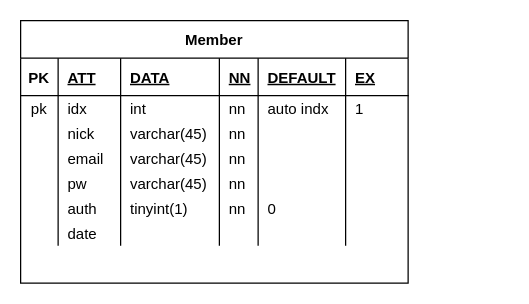
Before: GGitERD.drawio in KoreaItProject/GGitHub, a draw.io diagram. Source tidied: cells renumbered, new cells numbered last; positions are measured from the earlier drawing's top-left corner, leaving out a move shared by most shapes. Both pictures are drawn from the tidied source at 125%, with x=0, y=0 at pixel (20, 20).
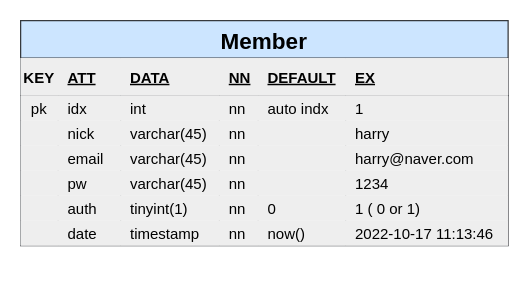
The same page after the edit.

What changed in the source:
```diff
@@
-    <mxCell id="2" value="Member" style="shape=table;startSize=30;childLayout=tableLayout;rowLines=0;fontStyle=1;align=center;" parent="1" vertex="1">
-      <mxGeometry width="310" height="210" as="geometry" />
+    <mxCell id="2" value="Member" style="shape=table;startSize=30;childLayout=tableLayout;rowLines=0;fontStyle=1;align=center;fillColor=#cce5ff;strokeColor=#36393d;fontSize=18;" parent="1" vertex="1">
+      <mxGeometry width="390" height="180" as="geometry" />
     </mxCell>
-    <mxCell id="3" style="shape=partialRectangle;fillColor=none;top=0;left=0;right=0;bottom=1;" parent="2" vertex="1">
-      <mxGeometry y="30" width="310" height="30" as="geometry" />
+    <mxCell id="3" style="shape=partialRectangle;fillColor=#eeeeee;top=0;left=0;right=0;bottom=1;strokeColor=#36393d;" parent="2" vertex="1">
+      <mxGeometry y="30" width="390" height="30" as="geometry" />
     </mxCell>
-    <mxCell id="4" value="PK" style="shape=partialRectangle;overflow=hidden;fillColor=none;top=0;left=0;bottom=0;right=0;fontStyle=1;" parent="3" vertex="1">
+    <mxCell id="4" value="KEY" style="shape=partialRectangle;overflow=hidden;fillColor=#eeeeee;top=0;left=0;bottom=0;right=0;fontStyle=1;strokeColor=#36393d;" parent="3" vertex="1">
       <mxGeometry width="30" height="30" as="geometry" />
     </mxCell>
-    <mxCell id="5" value="ATT" style="shape=partialRectangle;overflow=hidden;fillColor=none;top=0;left=0;bottom=0;right=0;align=left;spacingLeft=6;fontStyle=5;" parent="3" vertex="1">
+    <mxCell id="5" value="ATT" style="shape=partialRectangle;overflow=hidden;fillColor=#eeeeee;top=0;left=0;bottom=0;right=0;align=left;spacingLeft=6;fontStyle=5;strokeColor=#36393d;" parent="3" vertex="1">
       <mxGeometry x="30" width="50" height="30" as="geometry" />
     </mxCell>
-    <mxCell id="6" value="DATA" style="shape=partialRectangle;overflow=hidden;fillColor=none;top=0;left=0;bottom=0;right=0;align=left;spacingLeft=6;fontStyle=5;" parent="3" vertex="1">
+    <mxCell id="6" value="DATA" style="shape=partialRectangle;overflow=hidden;fillColor=#eeeeee;top=0;left=0;bottom=0;right=0;align=left;spacingLeft=6;fontStyle=5;strokeColor=#36393d;" parent="3" vertex="1">
       <mxGeometry x="80" width="79" height="30" as="geometry" />
     </mxCell>
-    <mxCell id="7" value="NN" style="shape=partialRectangle;overflow=hidden;fillColor=none;top=0;left=0;bottom=0;right=0;align=left;spacingLeft=6;fontStyle=5;" parent="3" vertex="1">
+    <mxCell id="7" value="NN" style="shape=partialRectangle;overflow=hidden;fillColor=#eeeeee;top=0;left=0;bottom=0;right=0;align=left;spacingLeft=6;fontStyle=5;strokeColor=#36393d;" parent="3" vertex="1">
       <mxGeometry x="159" width="31" height="30" as="geometry" />
     </mxCell>
-    <mxCell id="8" value="DEFAULT" style="shape=partialRectangle;overflow=hidden;fillColor=none;top=0;left=0;bottom=0;right=0;align=left;spacingLeft=6;fontStyle=5;" parent="3" vertex="1">
+    <mxCell id="8" value="DEFAULT" style="shape=partialRectangle;overflow=hidden;fillColor=#eeeeee;top=0;left=0;bottom=0;right=0;align=left;spacingLeft=6;fontStyle=5;strokeColor=#36393d;" parent="3" vertex="1">
       <mxGeometry x="190" width="70" height="30" as="geometry" />
     </mxCell>
-    <mxCell id="9" value="EX" style="shape=partialRectangle;overflow=hidden;fillColor=none;top=0;left=0;bottom=0;right=0;align=left;spacingLeft=6;fontStyle=5;" parent="3" vertex="1">
-      <mxGeometry x="260" width="50" height="30" as="geometry" />
+    <mxCell id="9" value="EX" style="shape=partialRectangle;overflow=hidden;fillColor=#eeeeee;top=0;left=0;bottom=0;right=0;align=left;spacingLeft=6;fontStyle=5;strokeColor=#36393d;" parent="3" vertex="1">
+      <mxGeometry x="260" width="130" height="30" as="geometry" />
     </mxCell>
-    <mxCell id="10" style="shape=partialRectangle;fillColor=none;top=0;left=0;right=0;bottom=0;" parent="2" vertex="1">
-      <mxGeometry y="60" width="310" height="20" as="geometry" />
+    <mxCell id="10" style="shape=partialRectangle;fillColor=#eeeeee;top=0;left=0;right=0;bottom=0;strokeColor=#36393d;" parent="2" vertex="1">
+      <mxGeometry y="60" width="390" height="20" as="geometry" />
     </mxCell>
-    <mxCell id="11" value="pk" style="shape=partialRectangle;overflow=hidden;fillColor=none;top=0;left=0;bottom=0;right=0;" parent="10" vertex="1">
+    <mxCell id="11" value="pk" style="shape=partialRectangle;overflow=hidden;fillColor=#eeeeee;top=0;left=0;bottom=0;right=0;strokeColor=#36393d;" parent="10" vertex="1">
       <mxGeometry width="30" height="20" as="geometry" />
     </mxCell>
-    <mxCell id="12" value="idx" style="shape=partialRectangle;overflow=hidden;fillColor=none;top=0;left=0;bottom=0;right=0;align=left;spacingLeft=6;" parent="10" vertex="1">
+    <mxCell id="12" value="idx" style="shape=partialRectangle;overflow=hidden;fillColor=#eeeeee;top=0;left=0;bottom=0;right=0;align=left;spacingLeft=6;strokeColor=#36393d;" parent="10" vertex="1">
       <mxGeometry x="30" width="50" height="20" as="geometry" />
     </mxCell>
-    <mxCell id="13" value="int" style="shape=partialRectangle;overflow=hidden;fillColor=none;top=0;left=0;bottom=0;right=0;align=left;spacingLeft=6;" parent="10" vertex="1">
+    <mxCell id="13" value="int" style="shape=partialRectangle;overflow=hidden;fillColor=#eeeeee;top=0;left=0;bottom=0;right=0;align=left;spacingLeft=6;strokeColor=#36393d;" parent="10" vertex="1">
       <mxGeometry x="80" width="79" height="20" as="geometry" />
     </mxCell>
-    <mxCell id="14" value="nn" style="shape=partialRectangle;overflow=hidden;fillColor=none;top=0;left=0;bottom=0;right=0;align=left;spacingLeft=6;" parent="10" vertex="1">
+    <mxCell id="14" value="nn" style="shape=partialRectangle;overflow=hidden;fillColor=#eeeeee;top=0;left=0;bottom=0;right=0;align=left;spacingLeft=6;strokeColor=#36393d;" parent="10" vertex="1">
       <mxGeometry x="159" width="31" height="20" as="geometry" />
     </mxCell>
-    <mxCell id="15" value="auto indx" style="shape=partialRectangle;overflow=hidden;fillColor=none;top=0;left=0;bottom=0;right=0;align=left;spacingLeft=6;" parent="10" vertex="1">
+    <mxCell id="15" value="auto indx" style="shape=partialRectangle;overflow=hidden;fillColor=#eeeeee;top=0;left=0;bottom=0;right=0;align=left;spacingLeft=6;strokeColor=#36393d;" parent="10" vertex="1">
       <mxGeometry x="190" width="70" height="20" as="geometry" />
     </mxCell>
-    <mxCell id="16" value="1" style="shape=partialRectangle;overflow=hidden;fillColor=none;top=0;left=0;bottom=0;right=0;align=left;spacingLeft=6;" parent="10" vertex="1">
-      <mxGeometry x="260" width="50" height="20" as="geometry" />
+    <mxCell id="16" value="1" style="shape=partialRectangle;overflow=hidden;fillColor=#eeeeee;top=0;left=0;bottom=0;right=0;align=left;spacingLeft=6;strokeColor=#36393d;" parent="10" vertex="1">
+      <mxGeometry x="260" width="130" height="20" as="geometry" />
     </mxCell>
-    <mxCell id="17" style="shape=partialRectangle;fillColor=none;top=0;left=0;right=0;bottom=0;" parent="2" vertex="1">
-      <mxGeometry y="80" width="310" height="20" as="geometry" />
+    <mxCell id="17" style="shape=partialRectangle;fillColor=#eeeeee;top=0;left=0;right=0;bottom=0;strokeColor=#36393d;" parent="2" vertex="1">
+      <mxGeometry y="80" width="390" height="20" as="geometry" />
     </mxCell>
-    <mxCell id="18" style="shape=partialRectangle;overflow=hidden;fillColor=none;top=0;left=0;bottom=0;right=0;" parent="17" vertex="1">
+    <mxCell id="18" style="shape=partialRectangle;overflow=hidden;fillColor=#eeeeee;top=0;left=0;bottom=0;right=0;strokeColor=#36393d;" parent="17" vertex="1">
       <mxGeometry width="30" height="20" as="geometry" />
     </mxCell>
-    <mxCell id="19" value="nick" style="shape=partialRectangle;overflow=hidden;fillColor=none;top=0;left=0;bottom=0;right=0;align=left;spacingLeft=6;" parent="17" vertex="1">
+    <mxCell id="19" value="nick" style="shape=partialRectangle;overflow=hidden;fillColor=#eeeeee;top=0;left=0;bottom=0;right=0;align=left;spacingLeft=6;strokeColor=#36393d;" parent="17" vertex="1">
       <mxGeometry x="30" width="50" height="20" as="geometry" />
     </mxCell>
-    <mxCell id="20" value="varchar(45)" style="shape=partialRectangle;overflow=hidden;fillColor=none;top=0;left=0;bottom=0;right=0;align=left;spacingLeft=6;" parent="17" vertex="1">
+    <mxCell id="20" value="varchar(45)" style="shape=partialRectangle;overflow=hidden;fillColor=#eeeeee;top=0;left=0;bottom=0;right=0;align=left;spacingLeft=6;strokeColor=#36393d;" parent="17" vertex="1">
       <mxGeometry x="80" width="79" height="20" as="geometry" />
     </mxCell>
-    <mxCell id="21" value="nn" style="shape=partialRectangle;overflow=hidden;fillColor=none;top=0;left=0;bottom=0;right=0;align=left;spacingLeft=6;" parent="17" vertex="1">
+    <mxCell id="21" value="nn" style="shape=partialRectangle;overflow=hidden;fillColor=#eeeeee;top=0;left=0;bottom=0;right=0;align=left;spacingLeft=6;strokeColor=#36393d;" parent="17" vertex="1">
       <mxGeometry x="159" width="31" height="20" as="geometry" />
     </mxCell>
-    <mxCell id="22" style="shape=partialRectangle;overflow=hidden;fillColor=none;top=0;left=0;bottom=0;right=0;align=left;spacingLeft=6;" parent="17" vertex="1">
+    <mxCell id="22" style="shape=partialRectangle;overflow=hidden;fillColor=#eeeeee;top=0;left=0;bottom=0;right=0;align=left;spacingLeft=6;strokeColor=#36393d;" parent="17" vertex="1">
       <mxGeometry x="190" width="70" height="20" as="geometry" />
     </mxCell>
-    <mxCell id="23" style="shape=partialRectangle;overflow=hidden;fillColor=none;top=0;left=0;bottom=0;right=0;align=left;spacingLeft=6;" parent="17" vertex="1">
-      <mxGeometry x="260" width="50" height="20" as="geometry" />
+    <mxCell id="23" value="harry" style="shape=partialRectangle;overflow=hidden;fillColor=#eeeeee;top=0;left=0;bottom=0;right=0;align=left;spacingLeft=6;strokeColor=#36393d;" parent="17" vertex="1">
+      <mxGeometry x="260" width="130" height="20" as="geometry" />
     </mxCell>
-    <mxCell id="24" style="shape=partialRectangle;fillColor=none;top=0;left=0;right=0;bottom=0;" parent="2" vertex="1">
-      <mxGeometry y="100" width="310" height="20" as="geometry" />
+    <mxCell id="24" style="shape=partialRectangle;fillColor=#eeeeee;top=0;left=0;right=0;bottom=0;strokeColor=#36393d;" parent="2" vertex="1">
+      <mxGeometry y="100" width="390" height="20" as="geometry" />
     </mxCell>
-    <mxCell id="25" style="shape=partialRectangle;overflow=hidden;fillColor=none;top=0;left=0;bottom=0;right=0;" parent="24" vertex="1">
+    <mxCell id="25" style="shape=partialRectangle;overflow=hidden;fillColor=#eeeeee;top=0;left=0;bottom=0;right=0;strokeColor=#36393d;" parent="24" vertex="1">
       <mxGeometry width="30" height="20" as="geometry" />
     </mxCell>
-    <mxCell id="26" value="email" style="shape=partialRectangle;overflow=hidden;fillColor=none;top=0;left=0;bottom=0;right=0;align=left;spacingLeft=6;" parent="24" vertex="1">
+    <mxCell id="26" value="email" style="shape=partialRectangle;overflow=hidden;fillColor=#eeeeee;top=0;left=0;bottom=0;right=0;align=left;spacingLeft=6;strokeColor=#36393d;" parent="24" vertex="1">
       <mxGeometry x="30" width="50" height="20" as="geometry" />
     </mxCell>
-    <mxCell id="27" value="varchar(45)" style="shape=partialRectangle;overflow=hidden;fillColor=none;top=0;left=0;bottom=0;right=0;align=left;spacingLeft=6;" parent="24" vertex="1">
+    <mxCell id="27" value="varchar(45)" style="shape=partialRectangle;overflow=hidden;fillColor=#eeeeee;top=0;left=0;bottom=0;right=0;align=left;spacingLeft=6;strokeColor=#36393d;" parent="24" vertex="1">
       <mxGeometry x="80" width="79" height="20" as="geometry" />
     </mxCell>
-    <mxCell id="28" value="nn" style="shape=partialRectangle;overflow=hidden;fillColor=none;top=0;left=0;bottom=0;right=0;align=left;spacingLeft=6;" parent="24" vertex="1">
+    <mxCell id="28" value="nn" style="shape=partialRectangle;overflow=hidden;fillColor=#eeeeee;top=0;left=0;bottom=0;right=0;align=left;spacingLeft=6;strokeColor=#36393d;" parent="24" vertex="1">
       <mxGeometry x="159" width="31" height="20" as="geometry" />
     </mxCell>
-    <mxCell id="29" style="shape=partialRectangle;overflow=hidden;fillColor=none;top=0;left=0;bottom=0;right=0;align=left;spacingLeft=6;" parent="24" vertex="1">
+    <mxCell id="29" style="shape=partialRectangle;overflow=hidden;fillColor=#eeeeee;top=0;left=0;bottom=0;right=0;align=left;spacingLeft=6;strokeColor=#36393d;" parent="24" vertex="1">
       <mxGeometry x="190" width="70" height="20" as="geometry" />
     </mxCell>
-    <mxCell id="30" style="shape=partialRectangle;overflow=hidden;fillColor=none;top=0;left=0;bottom=0;right=0;align=left;spacingLeft=6;" parent="24" vertex="1">
-      <mxGeometry x="260" width="50" height="20" as="geometry" />
+    <mxCell id="30" value="harry@naver.com" style="shape=partialRectangle;overflow=hidden;fillColor=#eeeeee;top=0;left=0;bottom=0;right=0;align=left;spacingLeft=6;strokeColor=#36393d;" parent="24" vertex="1">
+      <mxGeometry x="260" width="130" height="20" as="geometry" />
     </mxCell>
-    <mxCell id="31" style="shape=partialRectangle;fillColor=none;top=0;left=0;right=0;bottom=0;" parent="2" vertex="1">
-      <mxGeometry y="120" width="310" height="20" as="geometry" />
+    <mxCell id="31" style="shape=partialRectangle;fillColor=#eeeeee;top=0;left=0;right=0;bottom=0;strokeColor=#36393d;" parent="2" vertex="1">
+      <mxGeometry y="120" width="390" height="20" as="geometry" />
     </mxCell>
-    <mxCell id="32" style="shape=partialRectangle;overflow=hidden;fillColor=none;top=0;left=0;bottom=0;right=0;" parent="31" vertex="1">
+    <mxCell id="32" style="shape=partialRectangle;overflow=hidden;fillColor=#eeeeee;top=0;left=0;bottom=0;right=0;strokeColor=#36393d;" parent="31" vertex="1">
       <mxGeometry width="30" height="20" as="geometry" />
     </mxCell>
-    <mxCell id="33" value="pw " style="shape=partialRectangle;overflow=hidden;fillColor=none;top=0;left=0;bottom=0;right=0;align=left;spacingLeft=6;" parent="31" vertex="1">
+    <mxCell id="33" value="pw " style="shape=partialRectangle;overflow=hidden;fillColor=#eeeeee;top=0;left=0;bottom=0;right=0;align=left;spacingLeft=6;strokeColor=#36393d;" parent="31" vertex="1">
       <mxGeometry x="30" width="50" height="20" as="geometry" />
     </mxCell>
-    <mxCell id="34" value="varchar(45)" style="shape=partialRectangle;overflow=hidden;fillColor=none;top=0;left=0;bottom=0;right=0;align=left;spacingLeft=6;" parent="31" vertex="1">
+    <mxCell id="34" value="varchar(45)" style="shape=partialRectangle;overflow=hidden;fillColor=#eeeeee;top=0;left=0;bottom=0;right=0;align=left;spacingLeft=6;strokeColor=#36393d;" parent="31" vertex="1">
       <mxGeometry x="80" width="79" height="20" as="geometry" />
     </mxCell>
-    <mxCell id="35" value="nn" style="shape=partialRectangle;overflow=hidden;fillColor=none;top=0;left=0;bottom=0;right=0;align=left;spacingLeft=6;" parent="31" vertex="1">
+    <mxCell id="35" value="nn" style="shape=partialRectangle;overflow=hidden;fillColor=#eeeeee;top=0;left=0;bottom=0;right=0;align=left;spacingLeft=6;strokeColor=#36393d;" parent="31" vertex="1">
       <mxGeometry x="159" width="31" height="20" as="geometry" />
     </mxCell>
-    <mxCell id="36" style="shape=partialRectangle;overflow=hidden;fillColor=none;top=0;left=0;bottom=0;right=0;align=left;spacingLeft=6;" parent="31" vertex="1">
+    <mxCell id="36" style="shape=partialRectangle;overflow=hidden;fillColor=#eeeeee;top=0;left=0;bottom=0;right=0;align=left;spacingLeft=6;strokeColor=#36393d;" parent="31" vertex="1">
       <mxGeometry x="190" width="70" height="20" as="geometry" />
     </mxCell>
-    <mxCell id="37" style="shape=partialRectangle;overflow=hidden;fillColor=none;top=0;left=0;bottom=0;right=0;align=left;spacingLeft=6;" parent="31" vertex="1">
-      <mxGeometry x="260" width="50" height="20" as="geometry" />
+    <mxCell id="37" value="1234" style="shape=partialRectangle;overflow=hidden;fillColor=#eeeeee;top=0;left=0;bottom=0;right=0;align=left;spacingLeft=6;strokeColor=#36393d;" parent="31" vertex="1">
+      <mxGeometry x="260" width="130" height="20" as="geometry" />
     </mxCell>
-    <mxCell id="38" style="shape=partialRectangle;fillColor=none;top=0;left=0;right=0;bottom=0;" parent="2" vertex="1">
-      <mxGeometry y="140" width="310" height="20" as="geometry" />
+    <mxCell id="38" style="shape=partialRectangle;fillColor=#eeeeee;top=0;left=0;right=0;bottom=0;strokeColor=#36393d;" parent="2" vertex="1">
+      <mxGeometry y="140" width="390" height="20" as="geometry" />
     </mxCell>
-    <mxCell id="39" style="shape=partialRectangle;overflow=hidden;fillColor=none;top=0;left=0;bottom=0;right=0;" parent="38" vertex="1">
+    <mxCell id="39" style="shape=partialRectangle;overflow=hidden;fillColor=#eeeeee;top=0;left=0;bottom=0;right=0;strokeColor=#36393d;" parent="38" vertex="1">
       <mxGeometry width="30" height="20" as="geometry" />
     </mxCell>
-    <mxCell id="40" value="auth" style="shape=partialRectangle;overflow=hidden;fillColor=none;top=0;left=0;bottom=0;right=0;align=left;spacingLeft=6;" parent="38" vertex="1">
+    <mxCell id="40" value="auth" style="shape=partialRectangle;overflow=hidden;fillColor=#eeeeee;top=0;left=0;bottom=0;right=0;align=left;spacingLeft=6;strokeColor=#36393d;" parent="38" vertex="1">
       <mxGeometry x="30" width="50" height="20" as="geometry" />
     </mxCell>
-    <mxCell id="41" value="tinyint(1)" style="shape=partialRectangle;overflow=hidden;fillColor=none;top=0;left=0;bottom=0;right=0;align=left;spacingLeft=6;" parent="38" vertex="1">
+    <mxCell id="41" value="tinyint(1)" style="shape=partialRectangle;overflow=hidden;fillColor=#eeeeee;top=0;left=0;bottom=0;right=0;align=left;spacingLeft=6;strokeColor=#36393d;" parent="38" vertex="1">
       <mxGeometry x="80" width="79" height="20" as="geometry" />
     </mxCell>
-    <mxCell id="42" value="nn" style="shape=partialRectangle;overflow=hidden;fillColor=none;top=0;left=0;bottom=0;right=0;align=left;spacingLeft=6;" parent="38" vertex="1">
+    <mxCell id="42" value="nn" style="shape=partialRectangle;overflow=hidden;fillColor=#eeeeee;top=0;left=0;bottom=0;right=0;align=left;spacingLeft=6;strokeColor=#36393d;" parent="38" vertex="1">
       <mxGeometry x="159" width="31" height="20" as="geometry" />
     </mxCell>
-    <mxCell id="43" value="0" style="shape=partialRectangle;overflow=hidden;fillColor=none;top=0;left=0;bottom=0;right=0;align=left;spacingLeft=6;" parent="38" vertex="1">
+    <mxCell id="43" value="0" style="shape=partialRectangle;overflow=hidden;fillColor=#eeeeee;top=0;left=0;bottom=0;right=0;align=left;spacingLeft=6;strokeColor=#36393d;" parent="38" vertex="1">
       <mxGeometry x="190" width="70" height="20" as="geometry" />
     </mxCell>
-    <mxCell id="44" style="shape=partialRectangle;overflow=hidden;fillColor=none;top=0;left=0;bottom=0;right=0;align=left;spacingLeft=6;" parent="38" vertex="1">
-      <mxGeometry x="260" width="50" height="20" as="geometry" />
+    <mxCell id="44" value="1 ( 0 or 1)" style="shape=partialRectangle;overflow=hidden;fillColor=#eeeeee;top=0;left=0;bottom=0;right=0;align=left;spacingLeft=6;strokeColor=#36393d;" parent="38" vertex="1">
+      <mxGeometry x="260" width="130" height="20" as="geometry" />
     </mxCell>
-    <mxCell id="45" style="shape=partialRectangle;fillColor=none;top=0;left=0;right=0;bottom=0;" parent="2" vertex="1">
-      <mxGeometry y="160" width="310" height="20" as="geometry" />
+    <mxCell id="45" style="shape=partialRectangle;fillColor=#eeeeee;top=0;left=0;right=0;bottom=0;strokeColor=#36393d;" parent="2" vertex="1">
+      <mxGeometry y="160" width="390" height="20" as="geometry" />
     </mxCell>
-    <mxCell id="46" style="shape=partialRectangle;overflow=hidden;fillColor=none;top=0;left=0;bottom=0;right=0;" parent="45" vertex="1">
+    <mxCell id="46" style="shape=partialRectangle;overflow=hidden;fillColor=#eeeeee;top=0;left=0;bottom=0;right=0;strokeColor=#36393d;" parent="45" vertex="1">
       <mxGeometry width="30" height="20" as="geometry" />
     </mxCell>
-    <mxCell id="47" value="date" style="shape=partialRectangle;overflow=hidden;fillColor=none;top=0;left=0;bottom=0;right=0;align=left;spacingLeft=6;" parent="45" vertex="1">
+    <mxCell id="47" value="date" style="shape=partialRectangle;overflow=hidden;fillColor=#eeeeee;top=0;left=0;bottom=0;right=0;align=left;spacingLeft=6;strokeColor=#36393d;" parent="45" vertex="1">
       <mxGeometry x="30" width="50" height="20" as="geometry" />
     </mxCell>
-    <mxCell id="48" style="shape=partialRectangle;overflow=hidden;fillColor=none;top=0;left=0;bottom=0;right=0;align=left;spacingLeft=6;" parent="45" vertex="1">
+    <mxCell id="48" value="timestamp" style="shape=partialRectangle;overflow=hidden;fillColor=#eeeeee;top=0;left=0;bottom=0;right=0;align=left;spacingLeft=6;strokeColor=#36393d;" parent="45" vertex="1">
       <mxGeometry x="80" width="79" height="20" as="geometry" />
     </mxCell>
-    <mxCell id="49" style="shape=partialRectangle;overflow=hidden;fillColor=none;top=0;left=0;bottom=0;right=0;align=left;spacingLeft=6;" parent="45" vertex="1">
+    <mxCell id="49" value="nn" style="shape=partialRectangle;overflow=hidden;fillColor=#eeeeee;top=0;left=0;bottom=0;right=0;align=left;spacingLeft=6;strokeColor=#36393d;" parent="45" vertex="1">
       <mxGeometry x="159" width="31" height="20" as="geometry" />
     </mxCell>
-    <mxCell id="50" style="shape=partialRectangle;overflow=hidden;fillColor=none;top=0;left=0;bottom=0;right=0;align=left;spacingLeft=6;" parent="45" vertex="1">
+    <mxCell id="50" value="now()" style="shape=partialRectangle;overflow=hidden;fillColor=#eeeeee;top=0;left=0;bottom=0;right=0;align=left;spacingLeft=6;strokeColor=#36393d;" parent="45" vertex="1">
       <mxGeometry x="190" width="70" height="20" as="geometry" />
     </mxCell>
-    <mxCell id="51" style="shape=partialRectangle;overflow=hidden;fillColor=none;top=0;left=0;bottom=0;right=0;align=left;spacingLeft=6;" parent="45" vertex="1">
-      <mxGeometry x="260" width="50" height="20" as="geometry" />
+    <mxCell id="51" value="2022-10-17 11:13:46" style="shape=partialRectangle;overflow=hidden;fillColor=#eeeeee;top=0;left=0;bottom=0;right=0;align=left;spacingLeft=6;strokeColor=#36393d;" parent="45" vertex="1">
+      <mxGeometry x="260" width="130" height="20" as="geometry" />
     </mxCell>
```
